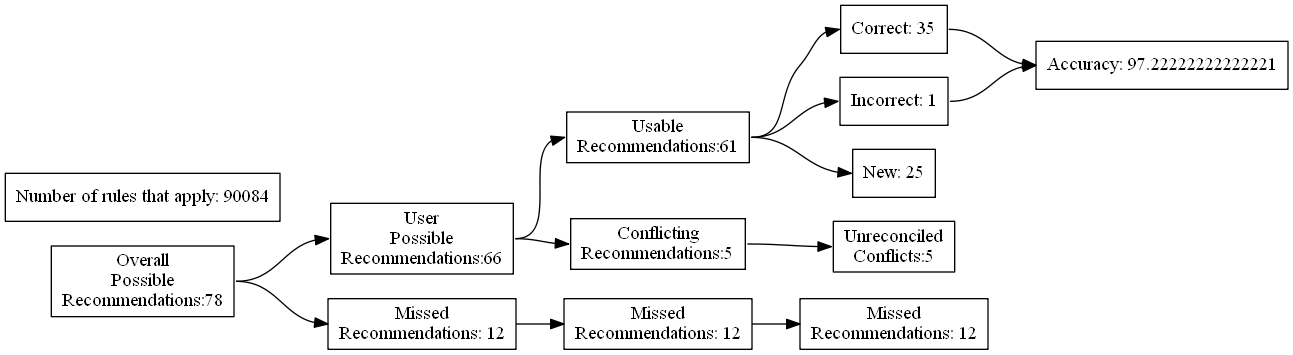
This is test_renders/78.gv.png from ZaxR/ibd_diet_analysis, a Graphviz export, as it was before one commit. Its source is kept beside it as test_renders/78.gv.
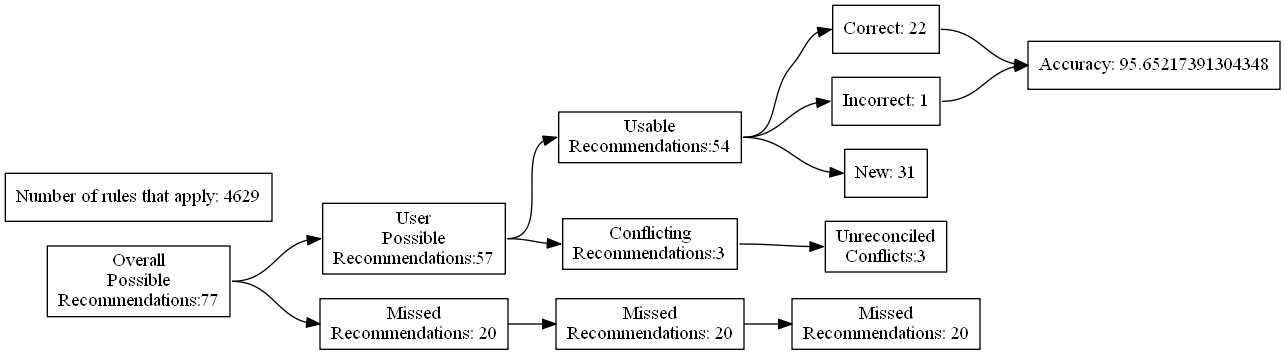
Later version of the same file.

Change to the diagram source:
```diff
@@ -4,27 +4,27 @@
 	edge [headport=w tailport=e]
 		A [label="Overall
 Possible
-Recommendations:78"]
+Recommendations:77"]
 		B [label="User
 Possible
-Recommendations:66"]
+Recommendations:57"]
 		C [label="Missed
-Recommendations: 12"]
+Recommendations: 20"]
 		D [label="Usable
-Recommendations:61"]
+Recommendations:54"]
 		E [label="Conflicting
-Recommendations:5"]
+Recommendations:3"]
 		J [label="Missed
-Recommendations: 12"]
+Recommendations: 20"]
 		M [label="Unreconciled
-Conflicts:5"]
-		F [label="Correct: 35"]
+Conflicts:3"]
+		F [label="Correct: 22"]
 		G [label="Incorrect: 1"]
-		H [label="New: 25"]
+		H [label="New: 31"]
 		K [label="Missed
-Recommendations: 12"]
-		I [label="Accuracy: 97.22222222222221"]
-		l [label="Number of rules that apply: 90084"]
+Recommendations: 20"]
+		I [label="Accuracy: 95.65217391304348"]
+		l [label="Number of rules that apply: 4629"]
 			A -> B
 			A -> C
 			B -> D
```
